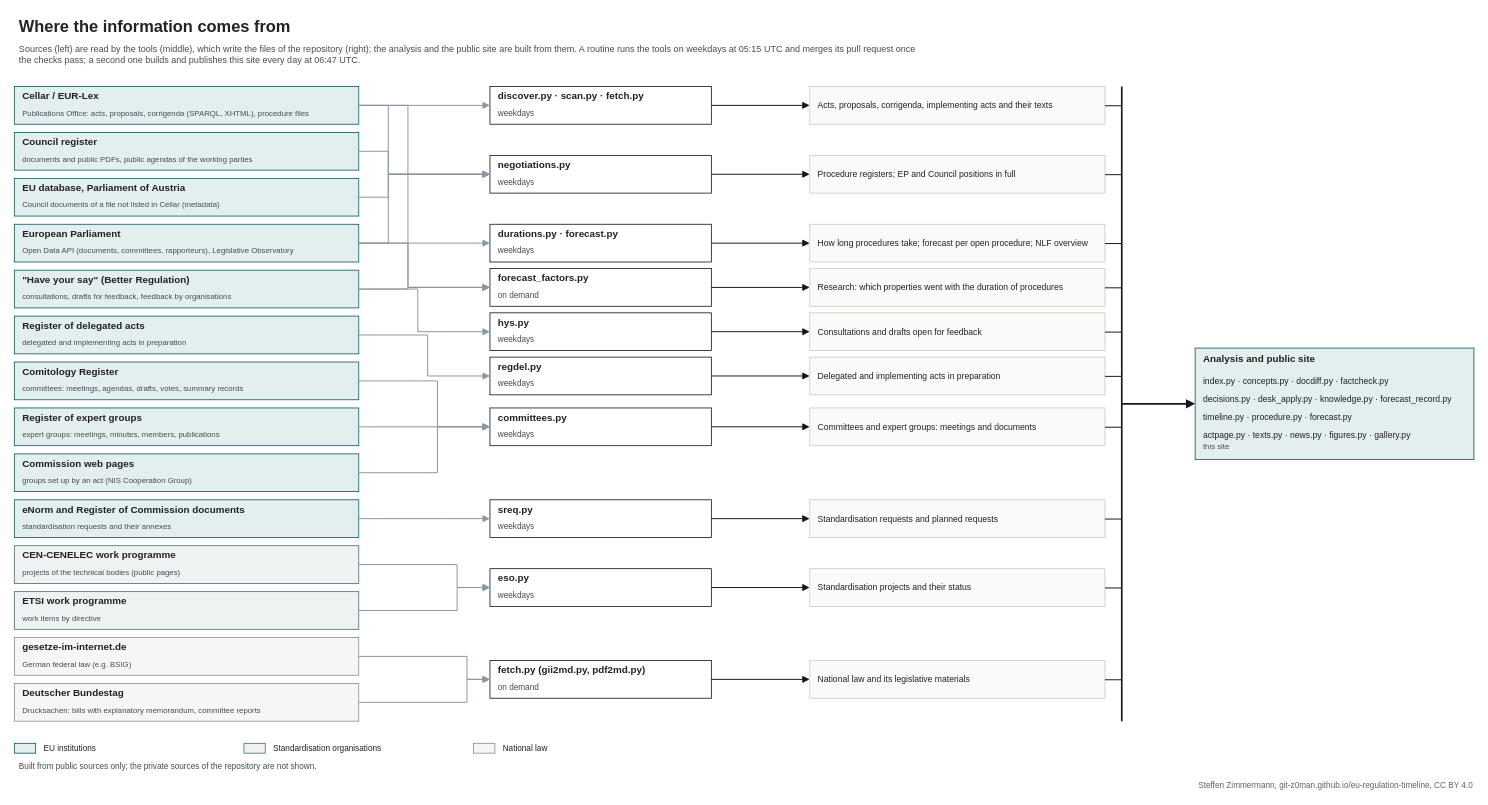
Above: sources.drawio in git-z0man/eu-regulation-timeline (draw.io), before the change. Source tidied: cells renumbered, new cells numbered last; positions are measured from the earlier drawing's top-left corner, leaving out a move shared by most shapes. Both pictures are drawn from the tidied source at 82%, with x=0, y=0 at pixel (14, 14).
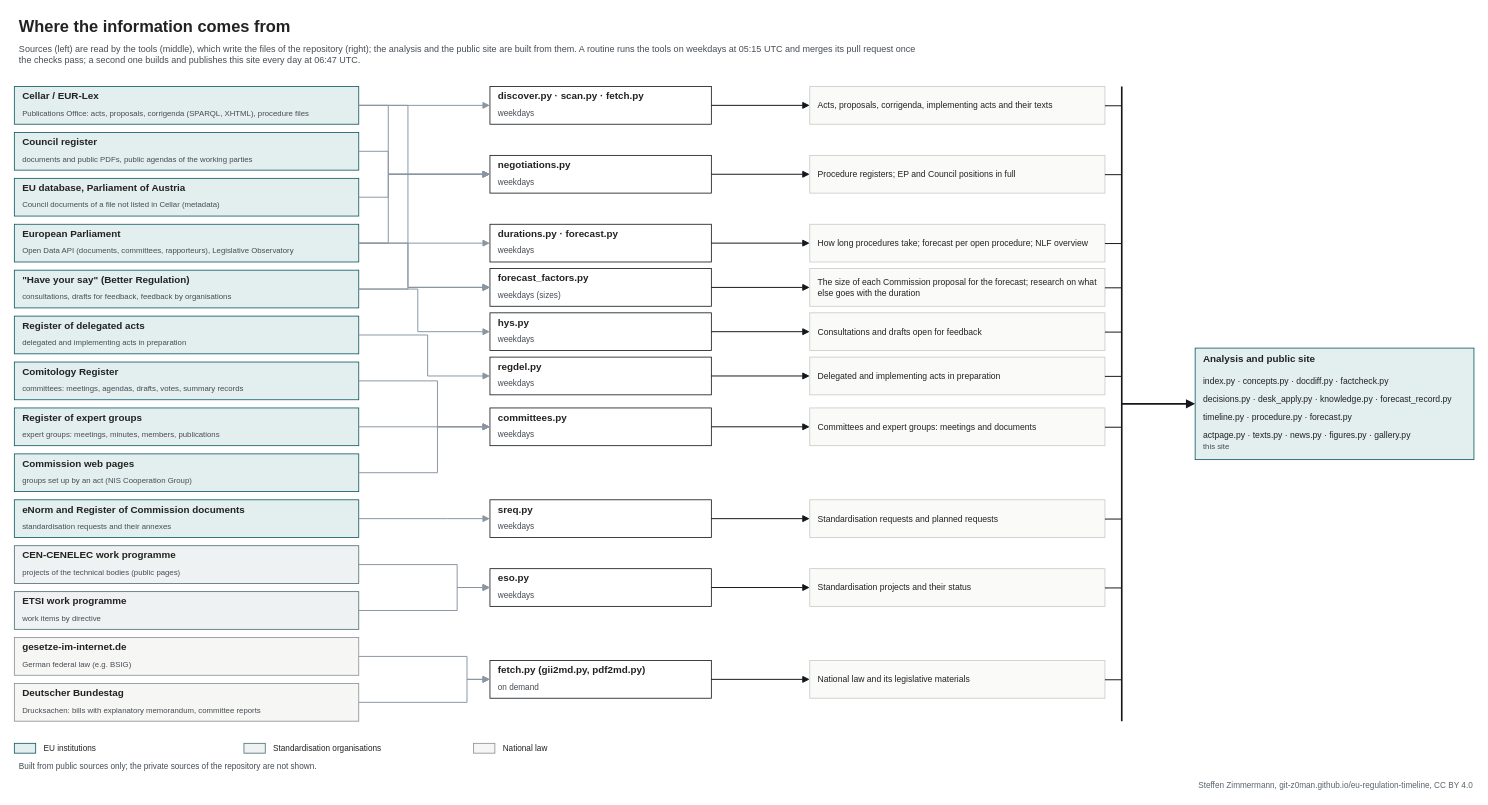
After the change.

What changed in the source:
```diff
@@
-    <mxCell id="78" value="on demand" style="text;html=1;fontSize=10;fontColor=#454c53;align=left;verticalAlign=middle;spacingLeft=4;" parent="1" vertex="1">
+    <mxCell id="78" value="weekdays (sizes)" style="text;html=1;fontSize=10;fontColor=#454c53;align=left;verticalAlign=middle;spacingLeft=4;" parent="1" vertex="1">
       <mxGeometry x="584" y="332" width="262" height="20" as="geometry" />
     </mxCell>
@@
-    <mxCell id="81" value="Research: which properties went with the duration of procedures" style="text;html=1;fontSize=10.5;fontColor=#222222;align=left;verticalAlign=middle;spacingLeft=4;whiteSpace=wrap;" parent="1" vertex="1">
+    <mxCell id="81" value="The size of each Commission proposal for the forecast; research on what else goes with the duration" style="text;html=1;fontSize=10.5;fontColor=#222222;align=left;verticalAlign=middle;spacingLeft=4;whiteSpace=wrap;" parent="1" vertex="1">
       <mxGeometry x="974" y="310" width="352" height="46" as="geometry" />
     </mxCell>
```
